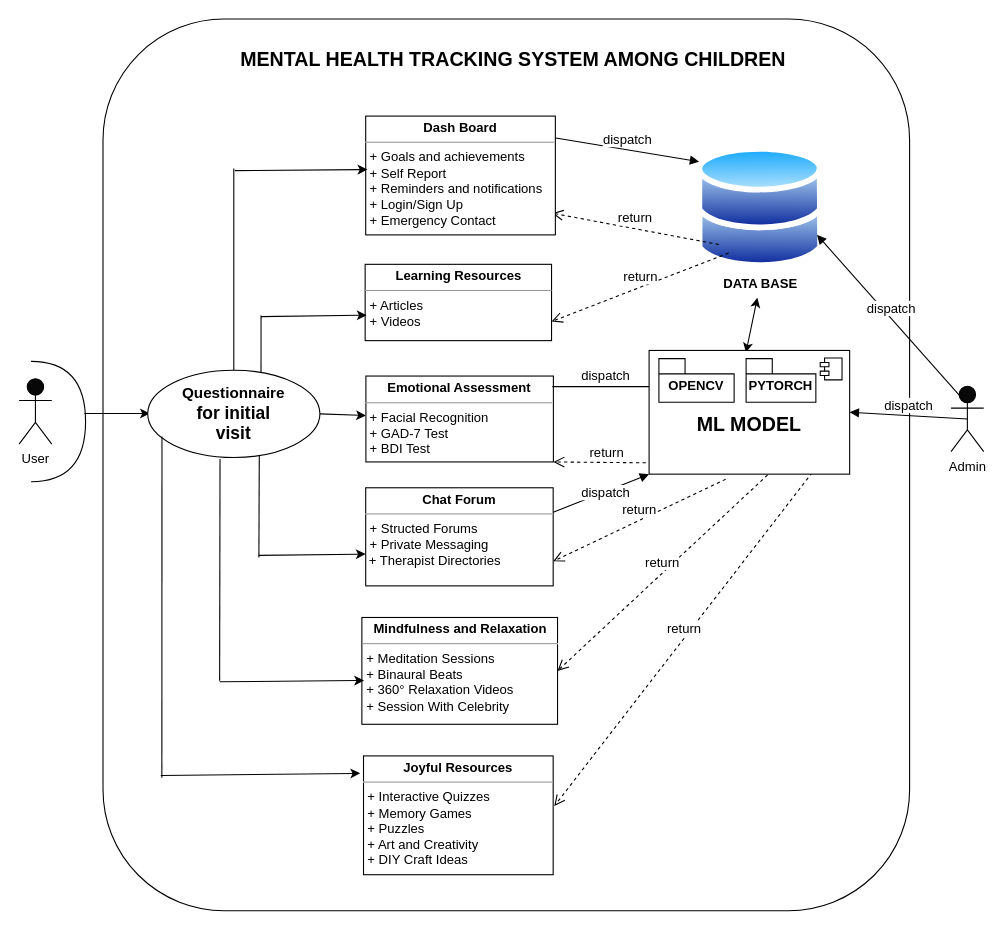
Before: Untitled Diagram.drawio in Nandakishore-cmd/Backend-development, a draw.io diagram. Source tidied: cells renumbered, new cells numbered last; positions are measured from the earlier drawing's top-left corner, leaving out a move shared by most shapes. Both pictures are drawn from the tidied source at 109%, with x=0, y=0 at pixel (19, 19).
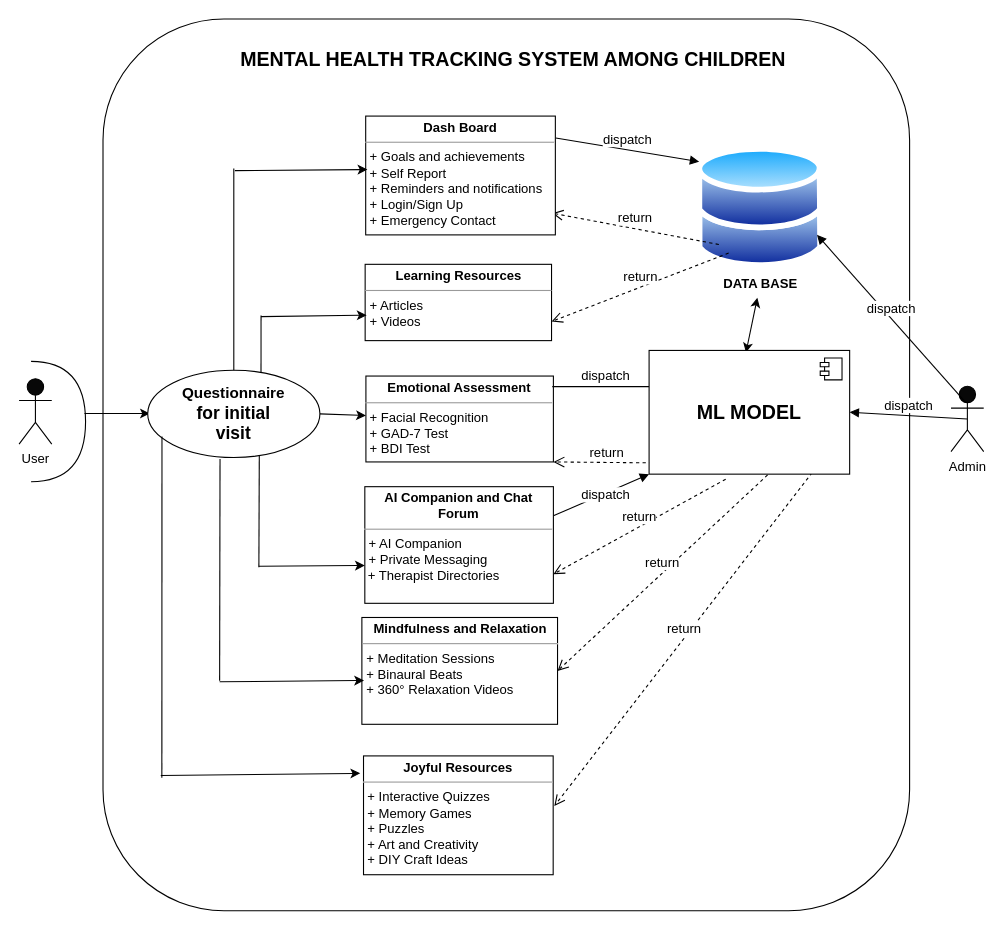
The same diagram, later.

The change refers to these unchanged cells:
```xml
<mxCell id="14" value="&lt;div style=&quot;&quot;&gt;&lt;b style=&quot;background-color: initial;&quot;&gt;&lt;font style=&quot;font-size: 14px;&quot;&gt;Questionnaire&lt;/font&gt;&lt;/b&gt;&lt;/div&gt;&lt;b&gt;&lt;font size=&quot;3&quot;&gt;&lt;div style=&quot;&quot;&gt;&lt;b style=&quot;background-color: initial;&quot;&gt;for initial&lt;/b&gt;&lt;/div&gt;&lt;div style=&quot;&quot;&gt;&lt;b style=&quot;background-color: initial;&quot;&gt;visit&lt;/b&gt;&lt;/div&gt;&lt;/font&gt;&lt;/b&gt;" style="ellipse;whiteSpace=wrap;html=1;align=center;" parent="1" vertex="1">
  <mxGeometry x="118" y="322.2" width="158" height="80" as="geometry" />
</mxCell>
```

What changed in the source:
```diff
@@
-    <mxCell id="18" value="&lt;p style=&quot;margin:0px;margin-top:4px;text-align:center;&quot;&gt;&lt;b&gt;Chat Forum&lt;/b&gt;&lt;/p&gt;&lt;hr size=&quot;1&quot;&gt;&lt;p style=&quot;margin:0px;margin-left:4px;&quot;&gt;+ Structed Forums&lt;/p&gt;&lt;p style=&quot;margin:0px;margin-left:4px;&quot;&gt;+ Private Messaging&lt;/p&gt;&amp;nbsp;+ Therapist Directories&lt;p style=&quot;margin:0px;margin-left:4px;&quot;&gt;&lt;br&gt;&lt;/p&gt;" style="verticalAlign=top;align=left;overflow=fill;fontSize=12;fontFamily=Helvetica;html=1;whiteSpace=wrap;" parent="1" vertex="1">
-      <mxGeometry x="318" y="430" width="172" height="90" as="geometry" />
+    <mxCell id="18" value="&lt;p style=&quot;margin:0px;margin-top:4px;text-align:center;&quot;&gt;&lt;b&gt;AI Companion and Chat Forum&lt;/b&gt;&lt;/p&gt;&lt;hr size=&quot;1&quot;&gt;&lt;p style=&quot;margin:0px;margin-left:4px;&quot;&gt;+ AI Companion&lt;/p&gt;&lt;p style=&quot;margin:0px;margin-left:4px;&quot;&gt;+ Private Messaging&lt;/p&gt;&amp;nbsp;+ Therapist Directories&lt;br&gt;&lt;p style=&quot;margin:0px;margin-left:4px;&quot;&gt;&lt;br&gt;&lt;/p&gt;" style="verticalAlign=top;align=left;overflow=fill;fontSize=12;fontFamily=Helvetica;html=1;whiteSpace=wrap;" parent="1" vertex="1">
+      <mxGeometry x="317.2" y="429" width="173" height="107" as="geometry" />
     </mxCell>
-    <mxCell id="19" value="&lt;p style=&quot;margin:0px;margin-top:4px;text-align:center;&quot;&gt;&lt;b&gt;Mindfulness and Relaxation&lt;/b&gt;&lt;br&gt;&lt;/p&gt;&lt;hr size=&quot;1&quot;&gt;&lt;p style=&quot;margin:0px;margin-left:4px;&quot;&gt;+ Meditation Sessions&lt;/p&gt;&lt;p style=&quot;margin:0px;margin-left:4px;&quot;&gt;+ Binaural Beats&lt;/p&gt;&lt;p style=&quot;margin:0px;margin-left:4px;&quot;&gt;+ 360° Relaxation Videos&lt;/p&gt;&lt;p style=&quot;margin:0px;margin-left:4px;&quot;&gt;+ Session With Celebrity&lt;/p&gt;" style="verticalAlign=top;align=left;overflow=fill;fontSize=12;fontFamily=Helvetica;html=1;whiteSpace=wrap;" parent="1" vertex="1">
+    <mxCell id="19" value="&lt;p style=&quot;margin:0px;margin-top:4px;text-align:center;&quot;&gt;&lt;b&gt;Mindfulness and Relaxation&lt;/b&gt;&lt;br&gt;&lt;/p&gt;&lt;hr size=&quot;1&quot;&gt;&lt;p style=&quot;margin:0px;margin-left:4px;&quot;&gt;+ Meditation Sessions&lt;/p&gt;&lt;p style=&quot;margin:0px;margin-left:4px;&quot;&gt;+ Binaural Beats&lt;/p&gt;&lt;p style=&quot;margin:0px;margin-left:4px;&quot;&gt;+ 360° Relaxation Videos&lt;/p&gt;&lt;p style=&quot;margin:0px;margin-left:4px;&quot;&gt;&lt;br&gt;&lt;/p&gt;" style="verticalAlign=top;align=left;overflow=fill;fontSize=12;fontFamily=Helvetica;html=1;whiteSpace=wrap;" parent="1" vertex="1">
       <mxGeometry x="314.5" y="549" width="179.5" height="98" as="geometry" />
     </mxCell>
@@
     <mxCell id="33" style="endArrow=none;html=1;rounded=0;fontFamily=Helvetica;fontSize=12;fontColor=default;exitX=0.648;exitY=0.977;exitDx=0;exitDy=0;exitPerimeter=0;" parent="1" edge="1" source="14">
       <mxGeometry relative="1" as="geometry">
-        <mxPoint x="220" y="494" as="targetPoint" />
+        <mxPoint x="220" y="503" as="targetPoint" />
       </mxGeometry>
     </mxCell>
     <mxCell id="34" style="endArrow=classic;html=1;rounded=0;fontFamily=Helvetica;fontSize=12;fontColor=default;entryX=0;entryY=0.676;entryDx=0;entryDy=0;entryPerimeter=0;" parent="1" edge="1" target="18">
       <mxGeometry relative="1" as="geometry">
-        <mxPoint x="220" y="492" as="sourcePoint" />
+        <mxPoint x="220" y="502" as="sourcePoint" />
       </mxGeometry>
     </mxCell>
@@
-    <mxCell id="42" value="&lt;b&gt;&lt;font style=&quot;font-size: 18px;&quot;&gt;&lt;br&gt;ML MODEL&lt;/font&gt;&lt;/b&gt;" style="html=1;whiteSpace=wrap;" parent="1" vertex="1">
+    <mxCell id="42" value="&lt;b&gt;&lt;font style=&quot;font-size: 18px;&quot;&gt;ML MODEL&lt;/font&gt;&lt;/b&gt;" style="html=1;whiteSpace=wrap;" parent="1" vertex="1">
       <mxGeometry x="578" y="304" width="184" height="113.5" as="geometry" />
     </mxCell>
@@
-    <mxCell id="44" value="OPENCV" style="shape=folder;fontStyle=1;spacingTop=10;tabWidth=24;tabHeight=14;tabPosition=left;html=1;whiteSpace=wrap;sketch=0;strokeColor=default;align=center;verticalAlign=middle;fontFamily=Helvetica;fontSize=12;fontColor=default;fillColor=default;" parent="1" vertex="1">
-      <mxGeometry x="587" y="311.5" width="69" height="40" as="geometry" />
-    </mxCell>
-    <mxCell id="45" value="PYTORCH" style="shape=folder;fontStyle=1;spacingTop=10;tabWidth=24;tabHeight=14;tabPosition=left;html=1;whiteSpace=wrap;sketch=0;strokeColor=default;align=center;verticalAlign=middle;fontFamily=Helvetica;fontSize=12;fontColor=default;fillColor=default;" parent="1" vertex="1">
-      <mxGeometry x="667" y="311.5" width="64" height="40" as="geometry" />
-    </mxCell>
```
